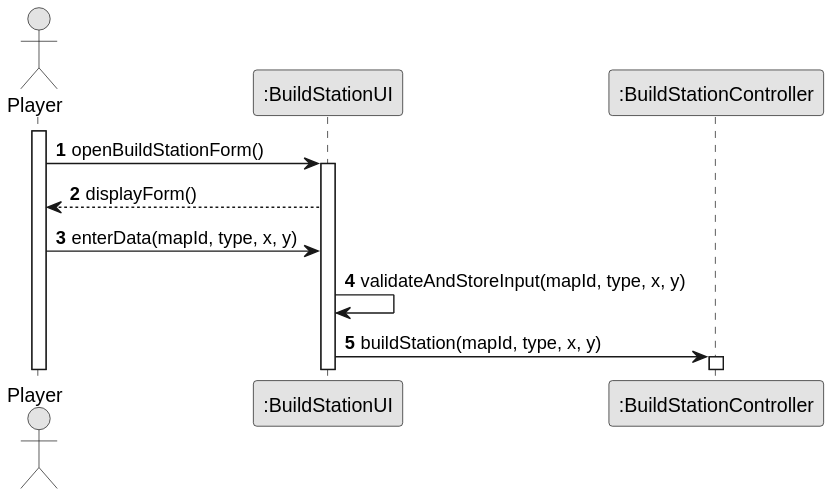
This is docs/system-documentation/US005/03.design/svg/US005-SD-getInput.svg from goncalolopesp/sem2-pi-24.25-g093-repo, a PlantUML export, as it was before one commit.
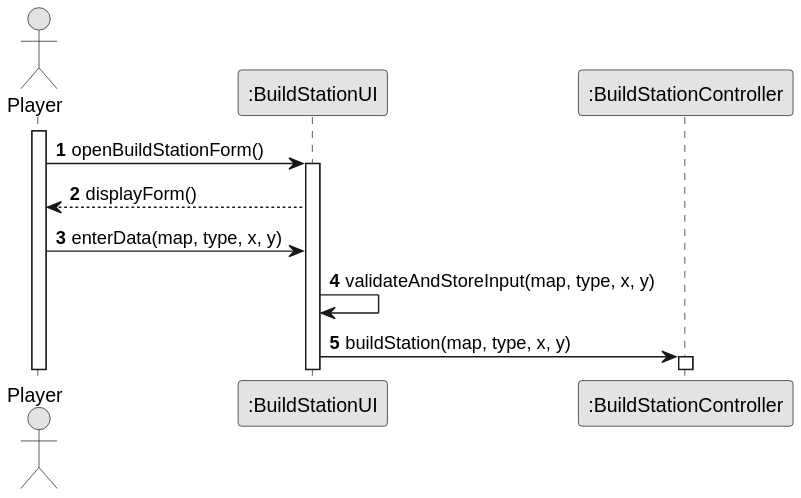
Above is the later version.

Change to the diagram source:
```diff
@@ -13,9 +13,9 @@
 activate BuildUI
 BuildUI --> Player: displayForm()
 
-Player -> BuildUI: enterData(mapId, type, x, y)
-BuildUI -> BuildUI: validateAndStoreInput(mapId, type, x, y)
+Player -> BuildUI: enterData(map, type, x, y)
+BuildUI -> BuildUI: validateAndStoreInput(map, type, x, y)
 
-BuildUI -> BuildController: buildStation(mapId, type, x, y)
+BuildUI -> BuildController: buildStation(map, type, x, y)
 activate BuildController
 @enduml
```
